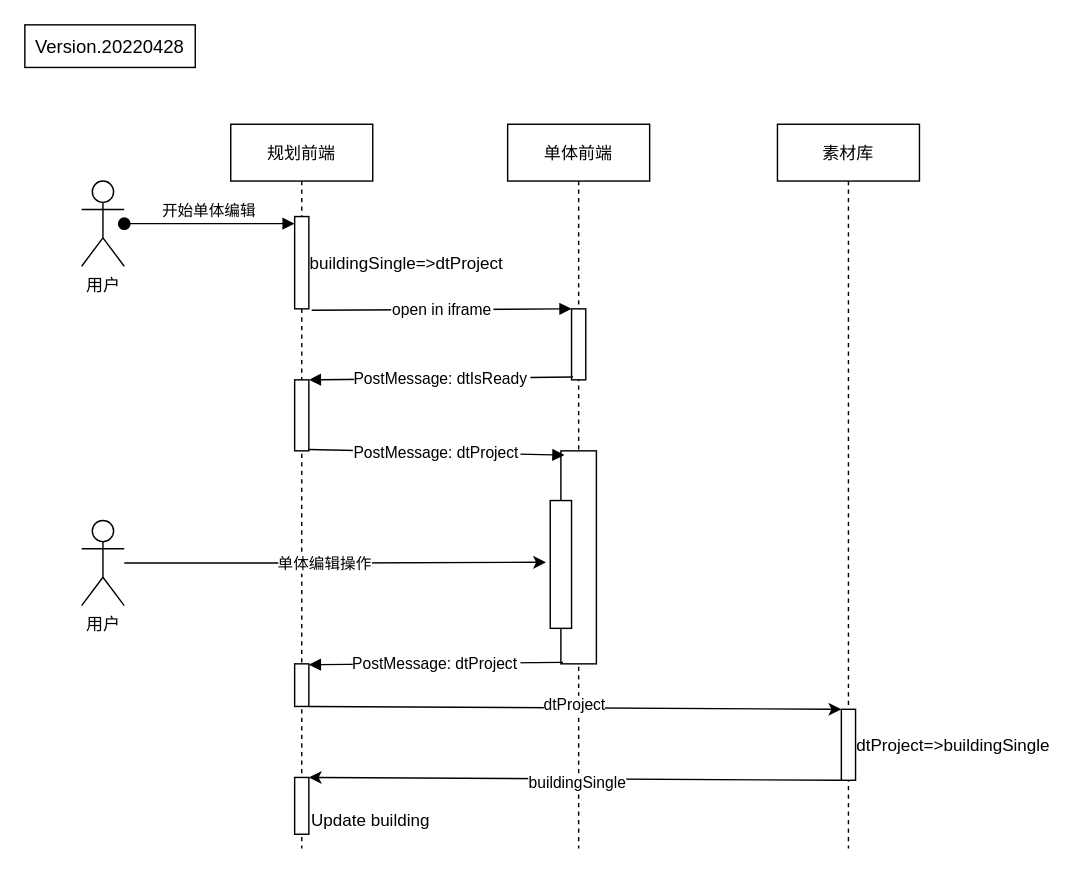
Before: xk/edit_dt.sequence.drawio in fqd511/charts, a draw.io diagram. Source tidied: cells renumbered, new cells numbered last; positions are measured from the earlier drawing's top-left corner, leaving out a move shared by most shapes. Both pictures are drawn from the tidied source at 142%, with x=0, y=0 at pixel (24, 24).
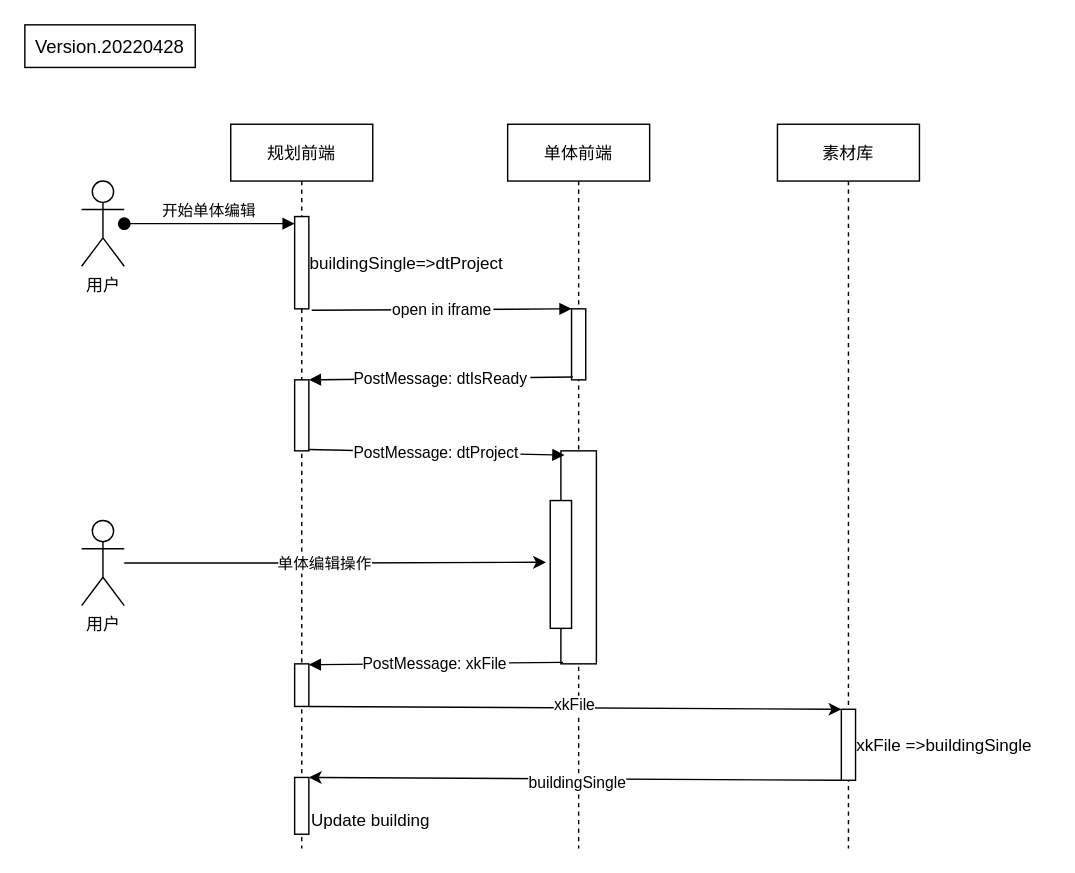
After the change.

Commit message:
Update edit_dt.sequence.drawio : change returnedDtProject to xkFile

The change refers to these unchanged cells:
```xml
<mxCell id="5" style="points=[];perimeter=orthogonalPerimeter;rounded=0;shadow=0;strokeWidth=1;" parent="2" vertex="1">
  <mxGeometry x="45" y="380" width="10" height="30" as="geometry" />
</mxCell>
<mxCell id="9" style="points=[];perimeter=orthogonalPerimeter;rounded=0;shadow=0;strokeWidth=1;" parent="7" vertex="1">
  <mxGeometry x="37.5" y="230" width="25" height="150" as="geometry" />
</mxCell>
<mxCell id="14" value="素材库" style="shape=umlLifeline;perimeter=lifelinePerimeter;rounded=0;shadow=0;strokeWidth=1;" parent="1" vertex="1">
  <mxGeometry x="530" y="70" width="100" height="510" as="geometry" />
</mxCell>
<mxCell id="22" style="endArrow=classic;html=1;rounded=0;exitX=1;exitY=1;exitDx=0;exitDy=0;exitPerimeter=0;entryX=0;entryY=0;entryDx=0;entryDy=0;entryPerimeter=0;" parent="1" edge="1" source="5" target="15">
  <mxGeometry relative="1" as="geometry" />
</mxCell>
```

Diff of the diagram source:
```diff
@@
-    <mxCell id="15" value="dtProject=&gt;buildingSingle" style="points=[];perimeter=orthogonalPerimeter;rounded=0;shadow=0;strokeWidth=1;align=left;spacingLeft=9;" parent="14" vertex="1">
+    <mxCell id="15" value="xkFile =&gt;buildingSingle" style="points=[];perimeter=orthogonalPerimeter;rounded=0;shadow=0;strokeWidth=1;align=left;spacingLeft=9;" parent="14" vertex="1">
       <mxGeometry x="45" y="412" width="10" height="50" as="geometry" />
     </mxCell>
@@
-    <mxCell id="21" value="PostMessage: dtProject" style="verticalAlign=middle;endArrow=block;entryX=1;entryY=0.02;shadow=0;strokeWidth=1;exitX=0.06;exitY=0.993;exitDx=0;exitDy=0;exitPerimeter=0;entryDx=0;entryDy=0;entryPerimeter=0;" parent="1" edge="1" source="9" target="5">
+    <mxCell id="21" value="PostMessage: xkFile" style="verticalAlign=middle;endArrow=block;entryX=1;entryY=0.02;shadow=0;strokeWidth=1;exitX=0.06;exitY=0.993;exitDx=0;exitDy=0;exitPerimeter=0;entryDx=0;entryDy=0;entryPerimeter=0;" parent="1" edge="1" source="9" target="5">
       <mxGeometry relative="1" as="geometry" />
     </mxCell>
@@
-    <mxCell id="23" value="dtProject" style="edgeLabel;html=1;align=center;verticalAlign=middle;" parent="22" vertex="1">
+    <mxCell id="23" value="xkFile" style="edgeLabel;html=1;align=center;verticalAlign=middle;" parent="22" vertex="1">
       <mxGeometry x="-0.01" y="2" relative="1" as="geometry" />
     </mxCell>
```
